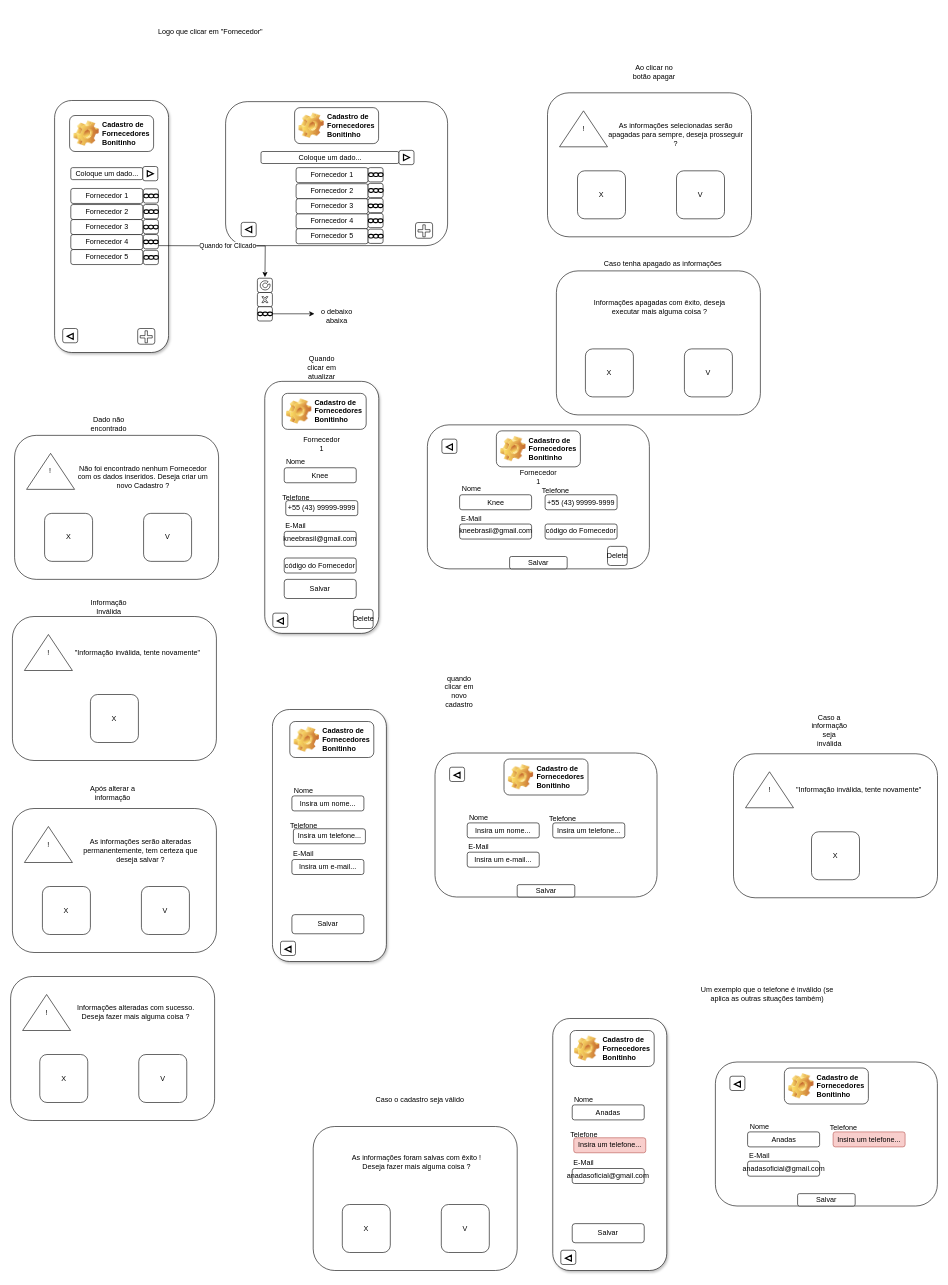
GuilhermeIgarashi7/avatar-Fluxograma keeps this draw.io diagram as page "Cadastro de Fornecedor (telas)" (5 of 13) of DOC/Fluxograma.drawio. Above is the earlier version. Source tidied: cells renumbered, new cells numbered last; positions are measured from the earlier drawing's top-left corner, leaving out a move shared by most shapes. Both pictures are drawn from the tidied source at 60%, with x=0, y=0 at pixel (10, 10).
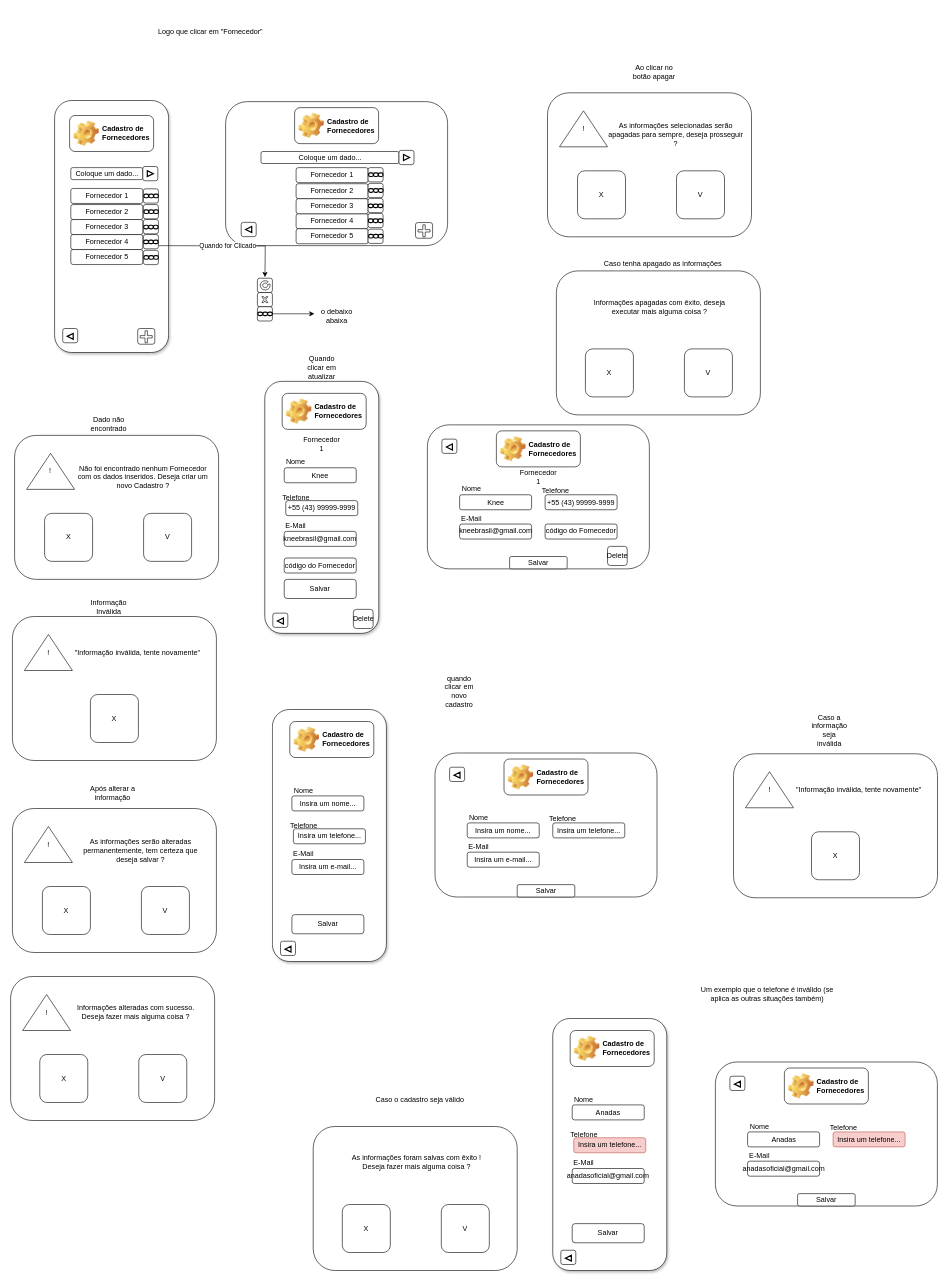
The same page after the edit.

Commit message (it also covers changes not shown here):
Falta só o cadastro de estoque

Change to the diagram source:
```diff
@@
-    <mxCell id="4" value="Cadastro de Fornecedores Bonitinho" style="label;whiteSpace=wrap;html=1;image=img/clipart/Gear_128x128.png;" parent="1" vertex="1">
+    <mxCell id="4" value="Cadastro de Fornecedores " style="label;whiteSpace=wrap;html=1;image=img/clipart/Gear_128x128.png;" parent="1" vertex="1">
       <mxGeometry x="98.5" y="175" width="140" height="60" as="geometry" />
     </mxCell>
@@
-    <mxCell id="13" value="Cadastro de Fornecedores Bonitinho" style="label;whiteSpace=wrap;html=1;image=img/clipart/Gear_128x128.png;" parent="1" vertex="1">
+    <mxCell id="13" value="Cadastro de Fornecedores " style="label;whiteSpace=wrap;html=1;image=img/clipart/Gear_128x128.png;" parent="1" vertex="1">
       <mxGeometry x="452.8" y="638.1" width="140" height="60" as="geometry" />
     </mxCell>
@@
-    <mxCell id="29" value="Cadastro de Fornecedores Bonitinho" style="label;whiteSpace=wrap;html=1;image=img/clipart/Gear_128x128.png;" parent="1" vertex="1">
+    <mxCell id="29" value="Cadastro de Fornecedores " style="label;whiteSpace=wrap;html=1;image=img/clipart/Gear_128x128.png;" parent="1" vertex="1">
       <mxGeometry x="473.5" y="161.9" width="140" height="60" as="geometry" />
     </mxCell>
@@
-    <mxCell id="38" value="Cadastro de Fornecedores Bonitinho" style="label;whiteSpace=wrap;html=1;image=img/clipart/Gear_128x128.png;" parent="1" vertex="1">
+    <mxCell id="38" value="Cadastro de Fornecedores " style="label;whiteSpace=wrap;html=1;image=img/clipart/Gear_128x128.png;" parent="1" vertex="1">
       <mxGeometry x="809.8" y="700.6" width="140" height="60" as="geometry" />
     </mxCell>
@@
-    <mxCell id="143" value="Cadastro de Fornecedores Bonitinho" style="label;whiteSpace=wrap;html=1;image=img/clipart/Gear_128x128.png;" parent="1" vertex="1">
+    <mxCell id="143" value="Cadastro de Fornecedores " style="label;whiteSpace=wrap;html=1;image=img/clipart/Gear_128x128.png;" parent="1" vertex="1">
       <mxGeometry x="465.5" y="1185" width="140" height="60" as="geometry" />
     </mxCell>
@@
-    <mxCell id="149" value="Cadastro de Fornecedores Bonitinho" style="label;whiteSpace=wrap;html=1;image=img/clipart/Gear_128x128.png;" parent="1" vertex="1">
+    <mxCell id="149" value="Cadastro de Fornecedores " style="label;whiteSpace=wrap;html=1;image=img/clipart/Gear_128x128.png;" parent="1" vertex="1">
       <mxGeometry x="822.5" y="1247.5" width="140" height="60" as="geometry" />
     </mxCell>
@@
-    <mxCell id="173" value="Cadastro de Fornecedores Bonitinho" style="label;whiteSpace=wrap;html=1;image=img/clipart/Gear_128x128.png;" parent="1" vertex="1">
+    <mxCell id="173" value="Cadastro de Fornecedores " style="label;whiteSpace=wrap;html=1;image=img/clipart/Gear_128x128.png;" parent="1" vertex="1">
       <mxGeometry x="932.8" y="1700" width="140" height="60" as="geometry" />
     </mxCell>
@@
-    <mxCell id="179" value="Cadastro de Fornecedores Bonitinho" style="label;whiteSpace=wrap;html=1;image=img/clipart/Gear_128x128.png;" parent="1" vertex="1">
+    <mxCell id="179" value="Cadastro de Fornecedores " style="label;whiteSpace=wrap;html=1;image=img/clipart/Gear_128x128.png;" parent="1" vertex="1">
       <mxGeometry x="1289.8" y="1762.5" width="140" height="60" as="geometry" />
     </mxCell>
```
